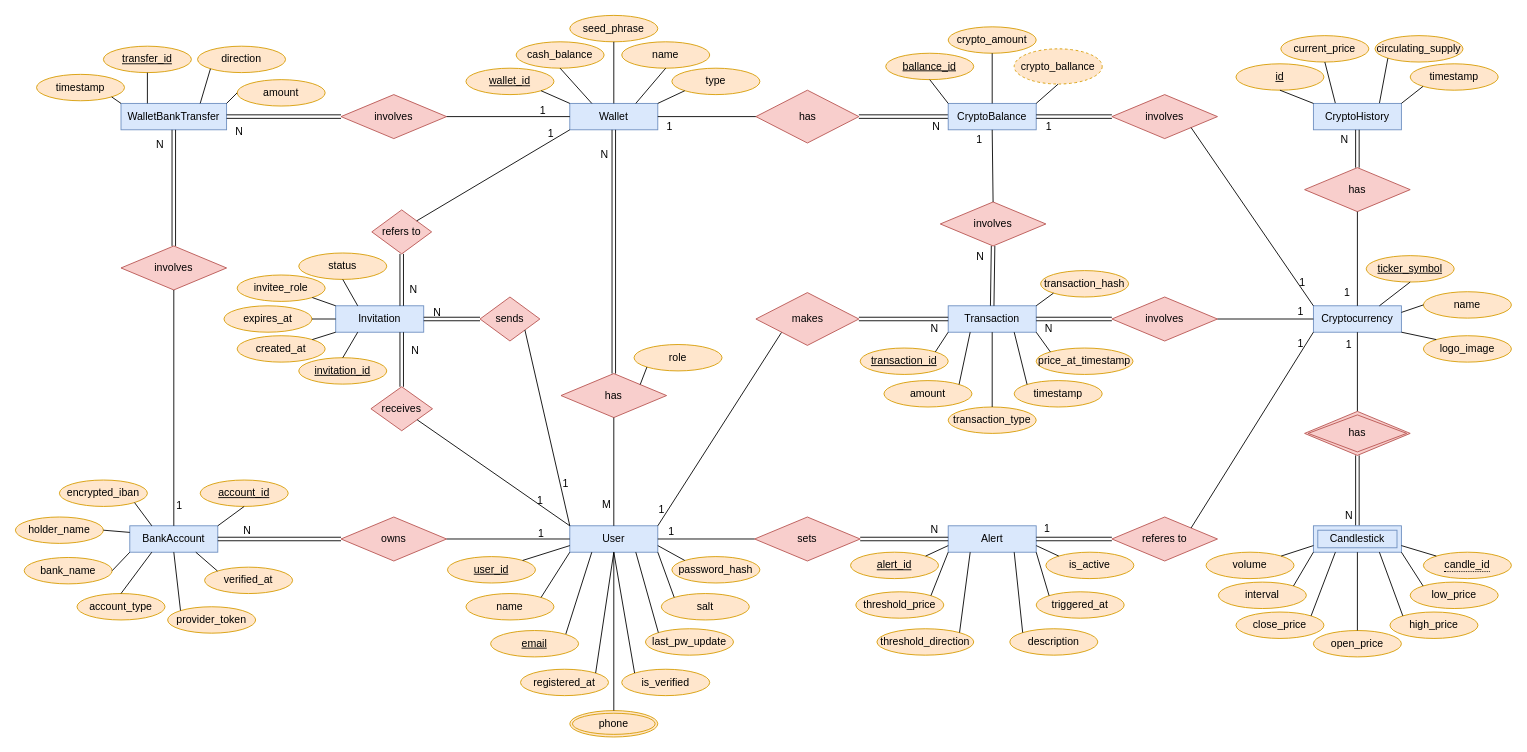
Earlier version of the draw.io diagram deliverable-1/ER_diagram.drawio (georrous6/Databases). Source tidied: cells renumbered, new cells numbered last; positions are measured from the earlier drawing's top-left corner, leaving out a move shared by most shapes. Both pictures are drawn from the tidied source at 88%, with x=0, y=0 at pixel (15, 15).
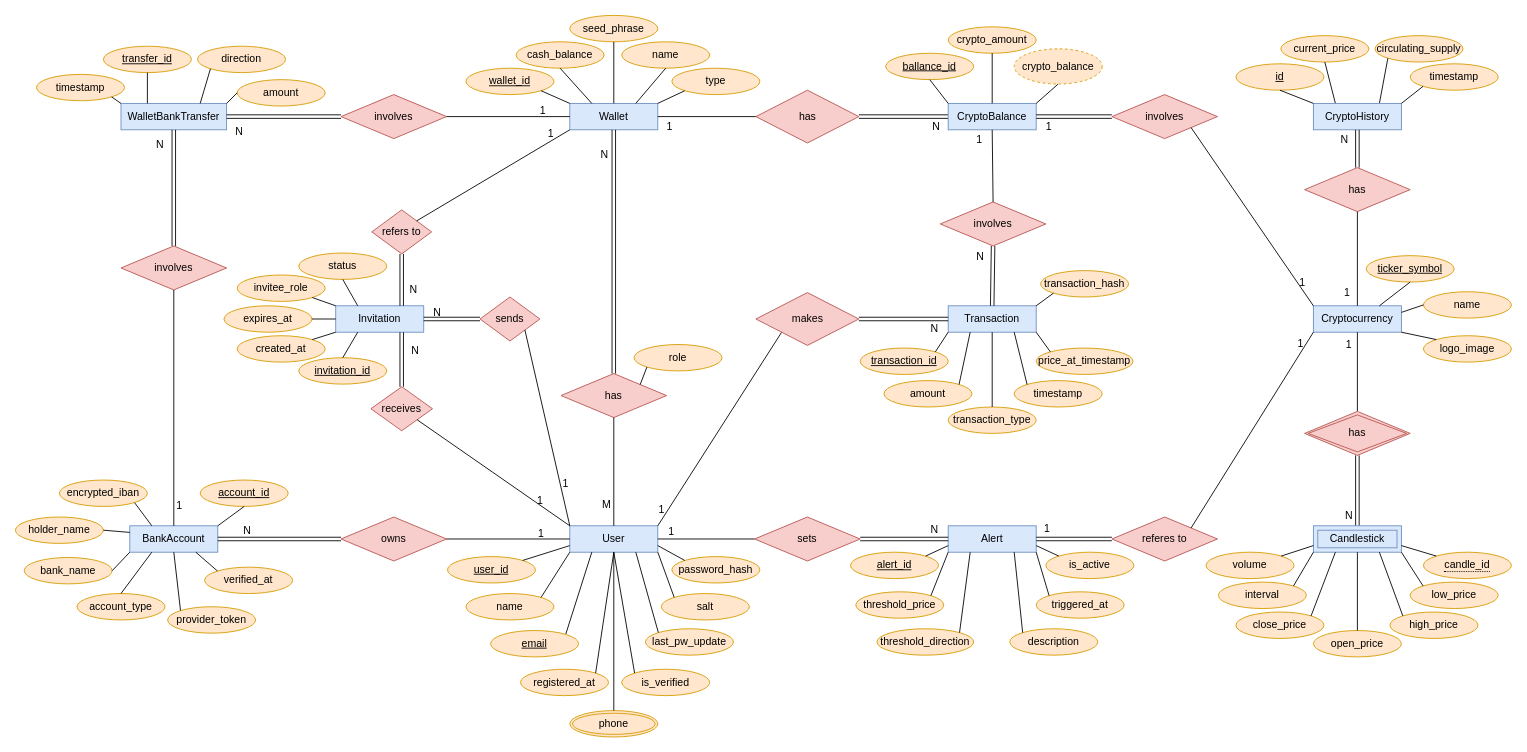
After the change.

Unchanged cells that the change refers to:
```xml
<mxCell id="38" value="Transaction" style="whiteSpace=wrap;html=1;align=center;fillColor=#dae8fc;strokeColor=#6c8ebf;" parent="1" vertex="1">
  <mxGeometry x="1060" y="330" width="100" height="30" as="geometry" />
</mxCell>
<mxCell id="45" value="Cryptocurrency" style="whiteSpace=wrap;html=1;align=center;fillColor=#dae8fc;strokeColor=#6c8ebf;" parent="1" vertex="1">
  <mxGeometry x="1475" y="330" width="100" height="30" as="geometry" />
</mxCell>
```

Change to the diagram source:
```diff
@@
-    <mxCell id="46" value="involves" style="shape=rhombus;perimeter=rhombusPerimeter;whiteSpace=wrap;html=1;align=center;fillColor=#f8cecc;strokeColor=#b85450;" parent="1" vertex="1">
-      <mxGeometry x="1246" y="320" width="120" height="50" as="geometry" />
-    </mxCell>
@@
-    <mxCell id="79" style="shape=link;html=1;rounded=0;exitX=1;exitY=0.5;exitDx=0;exitDy=0;entryX=0;entryY=0.5;entryDx=0;entryDy=0;" parent="1" edge="1" source="38" target="46">
-      <mxGeometry relative="1" as="geometry" />
-    </mxCell>
-    <mxCell id="80" value="N" style="html=1;whiteSpace=wrap;align=right;verticalAlign=bottom;" parent="79" vertex="1">
-      <mxGeometry x="1" relative="1" as="geometry">
-        <mxPoint x="-66" y="19" as="offset" />
-      </mxGeometry>
-    </mxCell>
-    <mxCell id="81" style="endArrow=none;html=1;rounded=0;exitX=0;exitY=0.5;exitDx=0;exitDy=0;entryX=1;entryY=0.5;entryDx=0;entryDy=0;" parent="1" edge="1" source="45" target="46">
-      <mxGeometry relative="1" as="geometry" />
-    </mxCell>
-    <mxCell id="82" value="1" style="html=1;whiteSpace=wrap;align=right;verticalAlign=bottom;" parent="81" vertex="1">
-      <mxGeometry x="1" relative="1" as="geometry">
-        <mxPoint x="99" as="offset" />
-      </mxGeometry>
-    </mxCell>
@@
-    <mxCell id="199" value="&lt;span style=&quot;color: rgb(0, 0, 0);&quot;&gt;crypto_ballance&lt;/span&gt;" style="ellipse;whiteSpace=wrap;html=1;align=center;dashed=1;fillColor=#ffe6cc;strokeColor=#d79b00;" parent="1" vertex="1">
+    <mxCell id="199" value="&lt;span style=&quot;color: rgb(0, 0, 0);&quot;&gt;crypto_balance&lt;/span&gt;" style="ellipse;whiteSpace=wrap;html=1;align=center;dashed=1;fillColor=#ffe6cc;strokeColor=#d79b00;" parent="1" vertex="1">
       <mxGeometry x="1135" y="38" width="100" height="40" as="geometry" />
     </mxCell>
```
